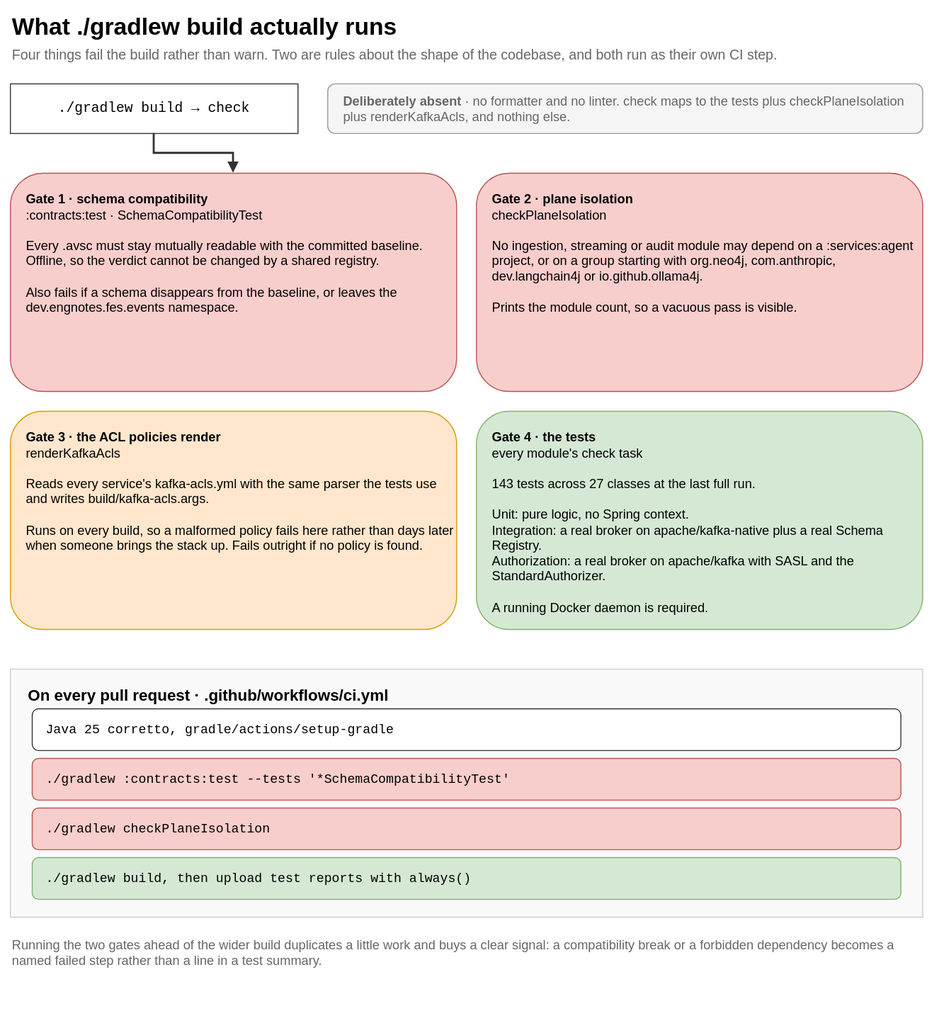
The draw.io diagram guide/docs/diagrams/build-gates.svg in salgotraja/financial-event-streaming-platform, before a commit. Source tidied: cells renumbered, new cells last; positions are measured from the earlier drawing's top-left corner, leaving out a move shared by most shapes.
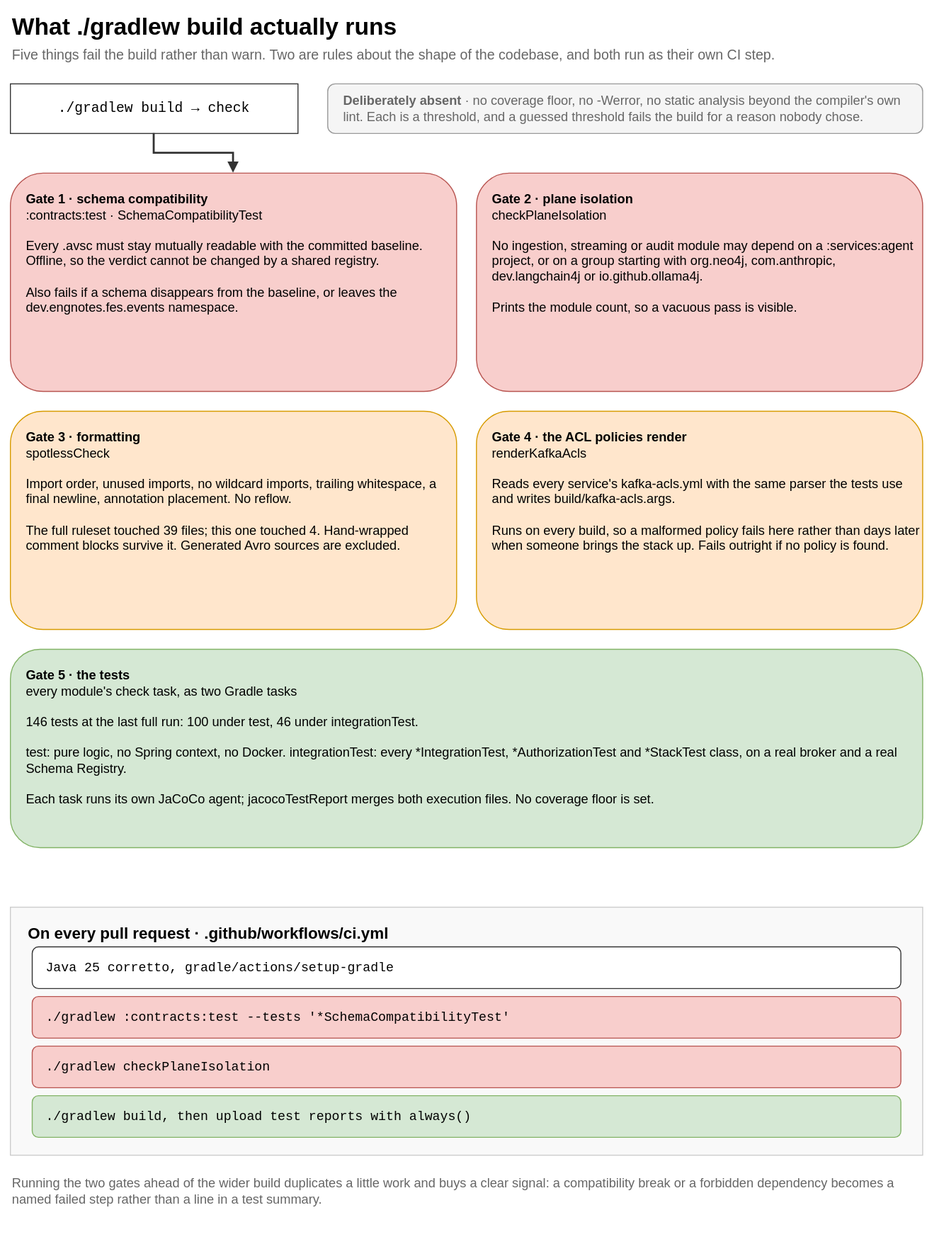
Above is the later version.

The edit, as a diff of the source:
```diff
@@ -5,13 +5,13 @@
     <mxCell id="2" value="What ./gradlew build actually runs" style="text;html=1;whiteSpace=wrap;strokeColor=none;fillColor=none;align=left;verticalAlign=middle;fontSize=24;fontStyle=1;" parent="1" vertex="1">
       <mxGeometry width="920" height="34" as="geometry" />
     </mxCell>
-    <mxCell id="3" value="Four things fail the build rather than warn. Two are rules about the shape of the codebase, and both run as their own CI step." style="text;html=1;whiteSpace=wrap;strokeColor=none;fillColor=none;align=left;verticalAlign=middle;fontSize=14;fontColor=#666666;" parent="1" vertex="1">
+    <mxCell id="3" value="Five things fail the build rather than warn. Two are rules about the shape of the codebase, and both run as their own CI step." style="text;html=1;whiteSpace=wrap;strokeColor=none;fillColor=none;align=left;verticalAlign=middle;fontSize=14;fontColor=#666666;" parent="1" vertex="1">
       <mxGeometry y="34" width="920" height="22" as="geometry" />
     </mxCell>
     <mxCell id="4" value="./gradlew build → check" style="rounded=0;whiteSpace=wrap;html=1;fillColor=#ffffff;strokeColor=#333333;fontSize=14;fontFamily=Courier New;verticalAlign=middle;" parent="1" vertex="1">
       <mxGeometry y="74" width="290" height="50" as="geometry" />
     </mxCell>
-    <mxCell id="5" value="&lt;b&gt;Deliberately absent&lt;/b&gt; · no formatter and no linter. check maps to the tests plus checkPlaneIsolation plus renderKafkaAcls, and nothing else." style="rounded=1;whiteSpace=wrap;html=1;fillColor=#f5f5f5;strokeColor=#999999;fontColor=#666666;fontSize=13;align=left;spacingLeft=14;verticalAlign=middle;" parent="1" vertex="1">
+    <mxCell id="5" value="&lt;b&gt;Deliberately absent&lt;/b&gt; · no coverage floor, no -Werror, no static analysis beyond the compiler's own lint. Each is a threshold, and a guessed threshold fails the build for a reason nobody chose." style="rounded=1;whiteSpace=wrap;html=1;fillColor=#f5f5f5;strokeColor=#999999;fontColor=#666666;fontSize=13;align=left;spacingLeft=14;verticalAlign=middle;" parent="1" vertex="1">
       <mxGeometry x="320" y="74" width="600" height="50" as="geometry" />
     </mxCell>
     <mxCell id="6" value="&lt;b&gt;Gate 1 · schema compatibility&lt;/b&gt;&lt;br&gt;:contracts:test · SchemaCompatibilityTest&lt;br&gt;&lt;br&gt;Every .avsc must stay mutually readable with the committed baseline. Offline, so the verdict cannot be changed by a shared registry.&lt;br&gt;&lt;br&gt;Also fails if a schema disappears from the baseline, or leaves the dev.engnotes.fes.events namespace." style="rounded=1;whiteSpace=wrap;html=1;fillColor=#f8cecc;strokeColor=#b85450;fontSize=13;align=left;spacingLeft=14;verticalAlign=top;spacingTop=12;" parent="1" vertex="1">
@@ -20,32 +20,35 @@
     <mxCell id="7" value="&lt;b&gt;Gate 2 · plane isolation&lt;/b&gt;&lt;br&gt;checkPlaneIsolation&lt;br&gt;&lt;br&gt;No ingestion, streaming or audit module may depend on a :services:agent project, or on a group starting with org.neo4j, com.anthropic, dev.langchain4j or io.github.ollama4j.&lt;br&gt;&lt;br&gt;Prints the module count, so a vacuous pass is visible." style="rounded=1;whiteSpace=wrap;html=1;fillColor=#f8cecc;strokeColor=#b85450;fontSize=13;align=left;spacingLeft=14;verticalAlign=top;spacingTop=12;" parent="1" vertex="1">
       <mxGeometry x="470" y="164" width="450" height="220" as="geometry" />
     </mxCell>
-    <mxCell id="8" value="&lt;b&gt;Gate 3 · the ACL policies render&lt;/b&gt;&lt;br&gt;renderKafkaAcls&lt;br&gt;&lt;br&gt;Reads every service's kafka-acls.yml with the same parser the tests use and writes build/kafka-acls.args.&lt;br&gt;&lt;br&gt;Runs on every build, so a malformed policy fails here rather than days later when someone brings the stack up. Fails outright if no policy is found." style="rounded=1;whiteSpace=wrap;html=1;fillColor=#ffe6cc;strokeColor=#d79b00;fontSize=13;align=left;spacingLeft=14;verticalAlign=top;spacingTop=12;" parent="1" vertex="1">
+    <mxCell id="8" value="&lt;b&gt;Gate 3 · formatting&lt;/b&gt;&lt;br&gt;spotlessCheck&lt;br&gt;&lt;br&gt;Import order, unused imports, no wildcard imports, trailing whitespace, a final newline, annotation placement. No reflow.&lt;br&gt;&lt;br&gt;The full ruleset touched 39 files; this one touched 4. Hand-wrapped comment blocks survive it. Generated Avro sources are excluded." style="rounded=1;whiteSpace=wrap;html=1;fillColor=#ffe6cc;strokeColor=#d79b00;fontSize=13;align=left;spacingLeft=14;verticalAlign=top;spacingTop=12;" parent="1" vertex="1">
       <mxGeometry y="404" width="450" height="220" as="geometry" />
     </mxCell>
-    <mxCell id="9" value="&lt;b&gt;Gate 4 · the tests&lt;/b&gt;&lt;br&gt;every module's check task&lt;br&gt;&lt;br&gt;143 tests across 27 classes at the last full run.&lt;br&gt;&lt;br&gt;Unit: pure logic, no Spring context.&lt;br&gt;Integration: a real broker on apache/kafka-native plus a real Schema Registry.&lt;br&gt;Authorization: a real broker on apache/kafka with SASL and the StandardAuthorizer.&lt;br&gt;&lt;br&gt;A running Docker daemon is required." style="rounded=1;whiteSpace=wrap;html=1;fillColor=#d5e8d4;strokeColor=#82b366;fontSize=13;align=left;spacingLeft=14;verticalAlign=top;spacingTop=12;" parent="1" vertex="1">
+    <mxCell id="9" value="&lt;b&gt;Gate 4 · the ACL policies render&lt;/b&gt;&lt;br&gt;renderKafkaAcls&lt;br&gt;&lt;br&gt;Reads every service's kafka-acls.yml with the same parser the tests use and writes build/kafka-acls.args.&lt;br&gt;&lt;br&gt;Runs on every build, so a malformed policy fails here rather than days later when someone brings the stack up. Fails outright if no policy is found." style="rounded=1;whiteSpace=wrap;html=1;fillColor=#ffe6cc;strokeColor=#d79b00;fontSize=13;align=left;spacingLeft=14;verticalAlign=top;spacingTop=12;" parent="1" vertex="1">
       <mxGeometry x="470" y="404" width="450" height="220" as="geometry" />
     </mxCell>
+    <mxCell id="17" value="&lt;b&gt;Gate 5 · the tests&lt;/b&gt;&lt;br&gt;every module's check task, as two Gradle tasks&lt;br&gt;&lt;br&gt;146 tests at the last full run: 100 under test, 46 under integrationTest.&lt;br&gt;&lt;br&gt;test: pure logic, no Spring context, no Docker. integrationTest: every *IntegrationTest, *AuthorizationTest and *StackTest class, on a real broker and a real Schema Registry.&lt;br&gt;&lt;br&gt;Each task runs its own JaCoCo agent; jacocoTestReport merges both execution files. No coverage floor is set." style="rounded=1;whiteSpace=wrap;html=1;fillColor=#d5e8d4;strokeColor=#82b366;fontSize=13;align=left;spacingLeft=14;verticalAlign=top;spacingTop=12;" parent="1" vertex="1">
+      <mxGeometry y="644" width="920" height="200" as="geometry" />
+    </mxCell>
     <mxCell id="10" style="edgeStyle=orthogonalEdgeStyle;rounded=0;html=1;strokeColor=#333333;endArrow=block;strokeWidth=2;" parent="1" edge="1" source="4" target="6">
       <mxGeometry relative="1" as="geometry" />
     </mxCell>
     <mxCell id="11" value="On every pull request · .github/workflows/ci.yml" style="rounded=0;whiteSpace=wrap;html=1;fillColor=#f9f9f9;strokeColor=#cccccc;verticalAlign=top;align=left;spacingLeft=16;spacingTop=10;fontSize=16;fontStyle=1;" parent="1" vertex="1">
-      <mxGeometry y="664" width="920" height="250" as="geometry" />
+      <mxGeometry y="904" width="920" height="250" as="geometry" />
     </mxCell>
     <mxCell id="12" value="Java 25 corretto, gradle/actions/setup-gradle" style="rounded=1;whiteSpace=wrap;html=1;fillColor=#ffffff;strokeColor=#333333;fontSize=13;fontFamily=Courier New;align=left;spacingLeft=12;verticalAlign=middle;" parent="1" vertex="1">
-      <mxGeometry x="22" y="704" width="876" height="42" as="geometry" />
+      <mxGeometry x="22" y="944" width="876" height="42" as="geometry" />
     </mxCell>
     <mxCell id="13" value="./gradlew :contracts:test --tests '*SchemaCompatibilityTest'" style="rounded=1;whiteSpace=wrap;html=1;fillColor=#f8cecc;strokeColor=#b85450;fontSize=13;fontFamily=Courier New;align=left;spacingLeft=12;verticalAlign=middle;" parent="1" vertex="1">
-      <mxGeometry x="22" y="754" width="876" height="42" as="geometry" />
+      <mxGeometry x="22" y="994" width="876" height="42" as="geometry" />
     </mxCell>
     <mxCell id="14" value="./gradlew checkPlaneIsolation" style="rounded=1;whiteSpace=wrap;html=1;fillColor=#f8cecc;strokeColor=#b85450;fontSize=13;fontFamily=Courier New;align=left;spacingLeft=12;verticalAlign=middle;" parent="1" vertex="1">
-      <mxGeometry x="22" y="804" width="876" height="42" as="geometry" />
+      <mxGeometry x="22" y="1044" width="876" height="42" as="geometry" />
     </mxCell>
     <mxCell id="15" value="./gradlew build, then upload test reports with always()" style="rounded=1;whiteSpace=wrap;html=1;fillColor=#d5e8d4;strokeColor=#82b366;fontSize=13;fontFamily=Courier New;align=left;spacingLeft=12;verticalAlign=middle;" parent="1" vertex="1">
-      <mxGeometry x="22" y="854" width="876" height="42" as="geometry" />
+      <mxGeometry x="22" y="1094" width="876" height="42" as="geometry" />
     </mxCell>
     <mxCell id="16" value="Running the two gates ahead of the wider build duplicates a little work and buys a clear signal: a compatibility break or a forbidden dependency becomes a named failed step rather than a line in a test summary." style="text;html=1;whiteSpace=wrap;strokeColor=none;fillColor=none;align=left;verticalAlign=top;fontSize=13;fontColor=#666666;" parent="1" vertex="1">
-      <mxGeometry y="928" width="920" height="60" as="geometry" />
+      <mxGeometry y="1168" width="920" height="60" as="geometry" />
     </mxCell>
   </root>
 </mxGraphModel>
```
